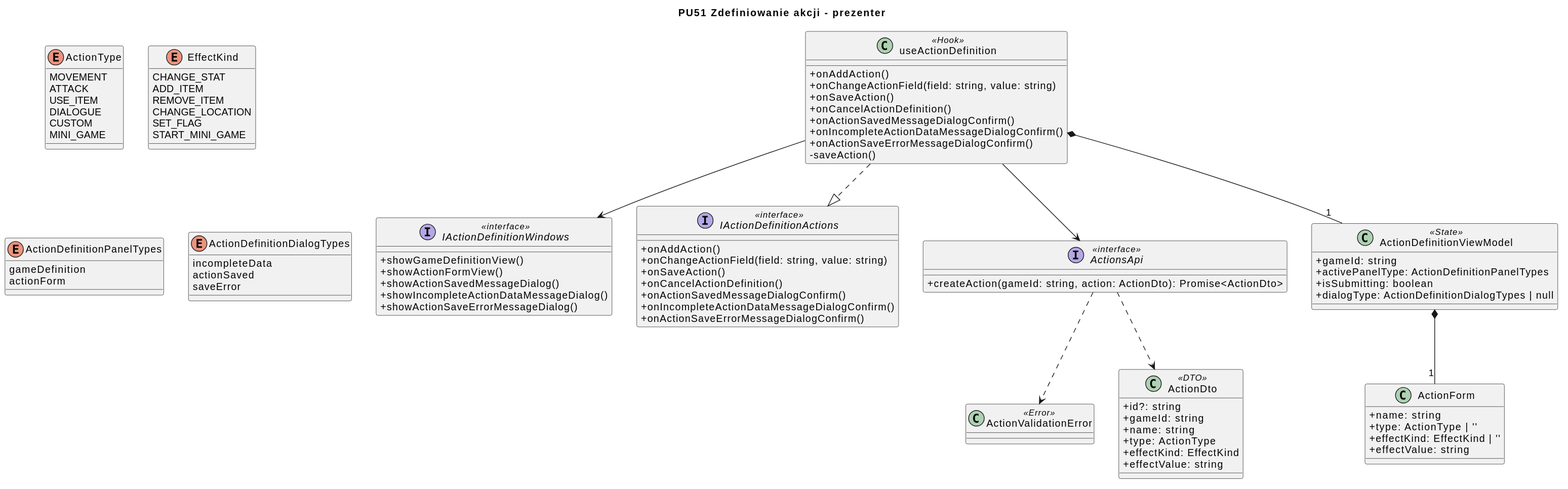
Above: diagrams/frontend/rendered/action-definition-presenter.svg in Igor-Ochocki/POP-2026Z (PlantUML), before the change.
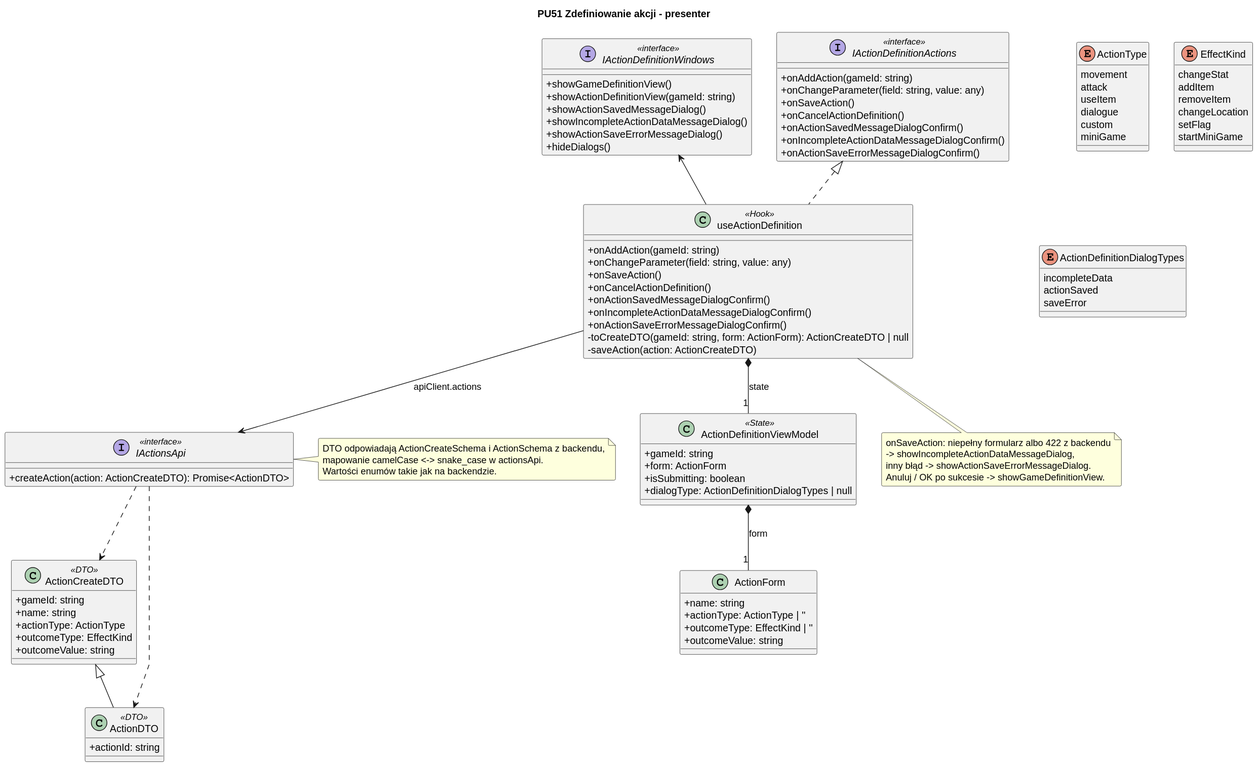
After the change.

Diff of the diagram source:
```diff
@@ -1,103 +1,116 @@
 @startuml
-title PU51 Zdefiniowanie akcji - prezenter
+skinparam classAttributeIconSize 0
+skinparam packageStyle rectangle
+skinparam shadowing false
+skinparam roundcorner 4
+skinparam linetype polyline
 
-skinparam classAttributeIconSize 0
-skinparam shadowing false
+title PU51 Zdefiniowanie akcji - presenter
 
-interface IActionDefinitionWindows <<interface>> {
-  +showGameDefinitionView()
-  +showActionFormView()
-  +showActionSavedMessageDialog()
-  +showIncompleteActionDataMessageDialog()
-  +showActionSaveErrorMessageDialog()
+class useActionDefinition <<Hook>> {
+    + onAddAction(gameId: string)
+    + onChangeParameter(field: string, value: any)
+    + onSaveAction()
+    + onCancelActionDefinition()
+    + onActionSavedMessageDialogConfirm()
+    + onIncompleteActionDataMessageDialogConfirm()
+    + onActionSaveErrorMessageDialogConfirm()
+    - toCreateDTO(gameId: string, form: ActionForm): ActionCreateDTO | null
+    - saveAction(action: ActionCreateDTO)
 }
 
 interface IActionDefinitionActions <<interface>> {
-  +onAddAction()
-  +onChangeActionField(field: string, value: string)
-  +onSaveAction()
-  +onCancelActionDefinition()
-  +onActionSavedMessageDialogConfirm()
-  +onIncompleteActionDataMessageDialogConfirm()
-  +onActionSaveErrorMessageDialogConfirm()
+    + onAddAction(gameId: string)
+    + onChangeParameter(field: string, value: any)
+    + onSaveAction()
+    + onCancelActionDefinition()
+    + onActionSavedMessageDialogConfirm()
+    + onIncompleteActionDataMessageDialogConfirm()
+    + onActionSaveErrorMessageDialogConfirm()
+}
+
+interface IActionDefinitionWindows <<interface>> {
+    + showGameDefinitionView()
+    + showActionDefinitionView(gameId: string)
+    + showActionSavedMessageDialog()
+    + showIncompleteActionDataMessageDialog()
+    + showActionSaveErrorMessageDialog()
+    + hideDialogs()
+}
+
+interface IActionsApi <<interface>> {
+    + createAction(action: ActionCreateDTO): Promise<ActionDTO>
+}
+
+class ActionDefinitionViewModel <<State>> {
+    + gameId: string
+    + form: ActionForm
+    + isSubmitting: boolean
+    + dialogType: ActionDefinitionDialogTypes | null
+}
+
+class ActionForm {
+    + name: string
+    + actionType: ActionType | ''
+    + outcomeType: EffectKind | ''
+    + outcomeValue: string
+}
+
+class ActionCreateDTO <<DTO>> {
+    + gameId: string
+    + name: string
+    + actionType: ActionType
+    + outcomeType: EffectKind
+    + outcomeValue: string
+}
+
+class ActionDTO <<DTO>> {
+    + actionId: string
 }
 
 enum ActionType {
-  MOVEMENT
-  ATTACK
-  USE_ITEM
-  DIALOGUE
-  CUSTOM
-  MINI_GAME
+    movement
+    attack
+    useItem
+    dialogue
+    custom
+    miniGame
 }
 
 enum EffectKind {
-  CHANGE_STAT
-  ADD_ITEM
-  REMOVE_ITEM
-  CHANGE_LOCATION
-  SET_FLAG
-  START_MINI_GAME
-}
-
-enum ActionDefinitionPanelTypes {
-  gameDefinition
-  actionForm
+    changeStat
+    addItem
+    removeItem
+    changeLocation
+    setFlag
+    startMiniGame
 }
 
 enum ActionDefinitionDialogTypes {
-  incompleteData
-  actionSaved
-  saveError
+    incompleteData
+    actionSaved
+    saveError
 }
 
-class useActionDefinition <<Hook>> {
-  +onAddAction()
-  +onChangeActionField(field: string, value: string)
-  +onSaveAction()
-  +onCancelActionDefinition()
-  +onActionSavedMessageDialogConfirm()
-  +onIncompleteActionDataMessageDialogConfirm()
-  +onActionSaveErrorMessageDialogConfirm()
-  -saveAction()
-}
+useActionDefinition .u.|> IActionDefinitionActions
+useActionDefinition -u-> IActionDefinitionWindows
+useActionDefinition --> IActionsApi : apiClient.actions
+useActionDefinition *-- "1" ActionDefinitionViewModel : state
+ActionDefinitionViewModel *-- "1" ActionForm : form
+ActionDTO -u-|> ActionCreateDTO
+IActionsApi ..> ActionCreateDTO
+IActionsApi ..> ActionDTO
 
-interface ActionsApi <<interface>> {
-  +createAction(gameId: string, action: ActionDto): Promise<ActionDto>
-}
+note bottom of useActionDefinition
+    onSaveAction: niepełny formularz albo 422 z backendu
+    -> showIncompleteActionDataMessageDialog,
+    inny błąd -> showActionSaveErrorMessageDialog.
+    Anuluj / OK po sukcesie -> showGameDefinitionView.
+end note
 
-class ActionValidationError <<Error>>
-
-class ActionDefinitionViewModel <<State>> {
-  +gameId: string
-  +activePanelType: ActionDefinitionPanelTypes
-  +isSubmitting: boolean
-  +dialogType: ActionDefinitionDialogTypes | null
-}
-
-class ActionForm {
-  +name: string
-  +type: ActionType | ''
-  +effectKind: EffectKind | ''
-  +effectValue: string
-}
-
-class ActionDto <<DTO>> {
-  +id?: string
-  +gameId: string
-  +name: string
-  +type: ActionType
-  +effectKind: EffectKind
-  +effectValue: string
-}
-
-useActionDefinition --> IActionDefinitionWindows
-useActionDefinition ..|> IActionDefinitionActions
-useActionDefinition --> ActionsApi
-useActionDefinition *-- "1" ActionDefinitionViewModel
-
-ActionDefinitionViewModel *-- "1" ActionForm
-
-ActionsApi ..> ActionDto
-ActionsApi ..> ActionValidationError
+note right of IActionsApi
+    DTO odpowiadają ActionCreateSchema i ActionSchema z backendu,
+    mapowanie camelCase <-> snake_case w actionsApi.
+    Wartości enumów takie jak na backendzie.
+end note
 @enduml
```
